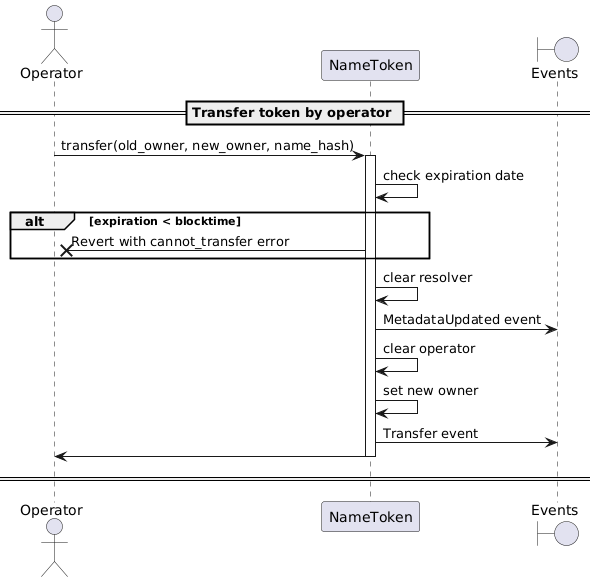
This is docs/sequence-diagrams/puml/transfer-from-domain.png from make-software/cspr-name-contracts, a PlantUML export, as it was before one commit.
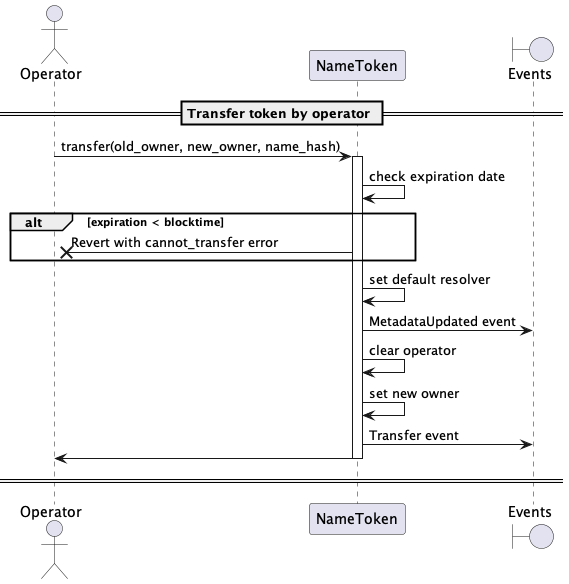
The same diagram one commit later.

Change to the diagram source:
```diff
@@ -12,7 +12,7 @@
 alt expiration < blocktime
     NameToken ->X Operator: Revert with cannot_transfer error
 end
-NameToken -> NameToken: clear resolver
+NameToken -> NameToken: set default resolver
 NameToken -> "Events": MetadataUpdated event
 NameToken -> NameToken: clear operator
 NameToken -> NameToken : set new owner
```
